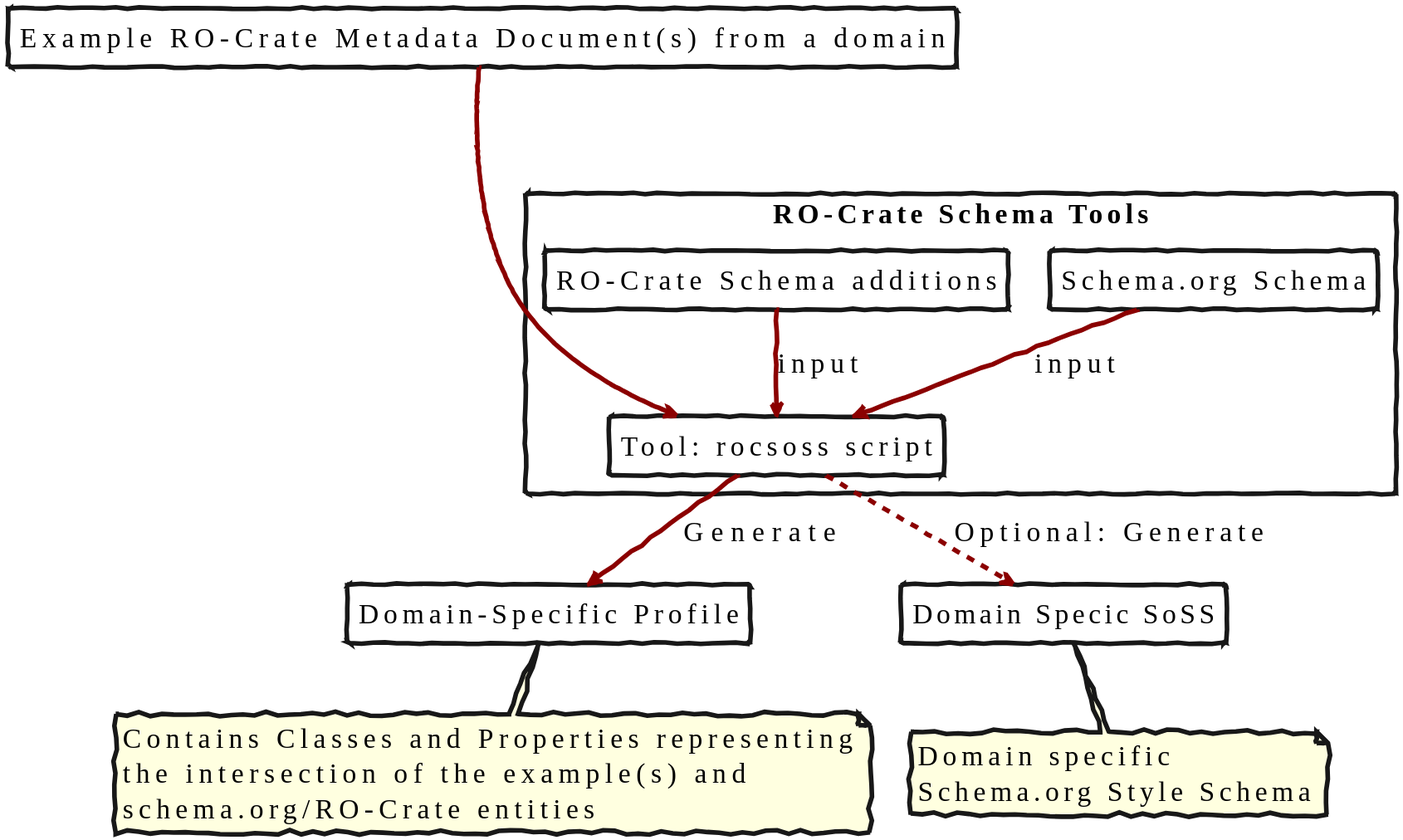
Earlier version of the PlantUML export docs/images/example-to-profile.svg (Language-Research-Technology/ro-crate-modes).
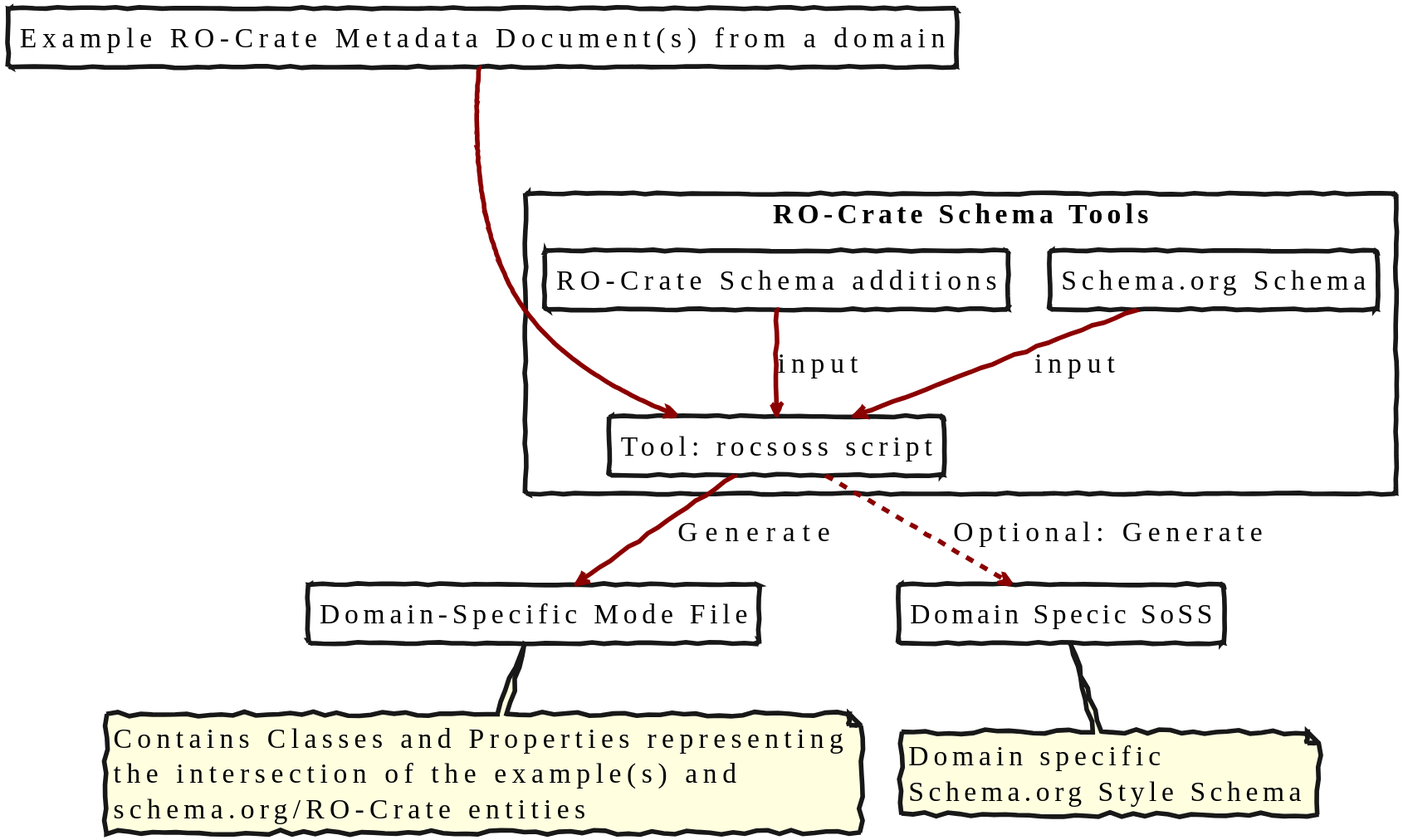
The same file after the commit.

What changed in the source:
```diff
@@ -10,17 +10,17 @@
 rectangle "Tool: rocsoss script" as rocsoss
 }
 
-rectangle "Domain-Specific Profile" as rop
+rectangle "Domain-Specific Mode File" as mod
 rectangle "Domain Specic SoSS" as dssoss
 sos -down-> rocsoss : input
 roc -down-> rocsoss : input
 
 docs --down--> rocsoss
 
-rocsoss -down-> rop : Generate
+rocsoss -down-> mod : Generate
 
 rocsoss .down.> dssoss : Optional: Generate
 
-note bottom of rop : Contains Classes and Properties representing\nthe intersection of the example(s) and\nschema.org/RO-Crate entities
+note bottom of mod : Contains Classes and Properties representing\nthe intersection of the example(s) and\nschema.org/RO-Crate entities
 note bottom of dssoss : Domain specific\nSchema.org Style Schema
 @enduml
```
